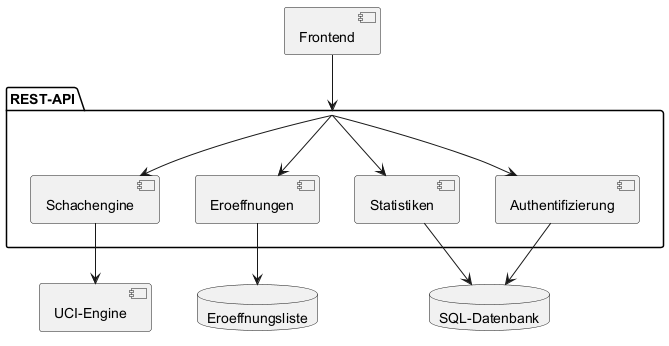
Before: images/diagrams/components.png, a diagram exported from PlantUML (MaarxS/chess-opening-training-paper).
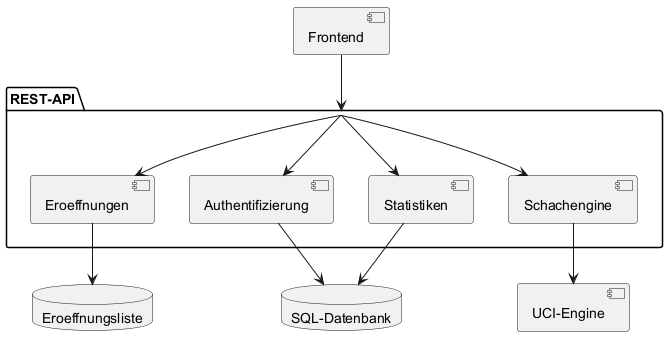
The same file after the commit.

Diff of the diagram source:
```diff
@@ -1,10 +1,10 @@
 @startuml
 [Frontend]
 package "REST-API" as API {
-  [Schachengine]
   [Eroeffnungen]
   [Authentifizierung]
   [Statistiken]
+  [Schachengine]
 }
 [UCI-Engine] as uci
 database Eroeffnungsliste as liste
```
